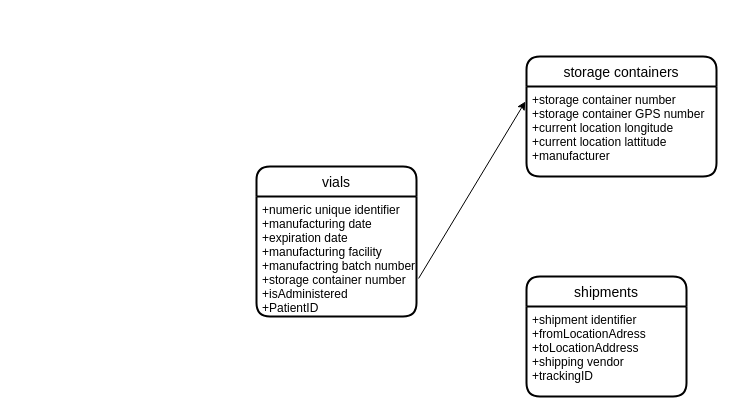
Earlier version of the draw.io diagram cif23.drawio (vishusandip/SQLAnalysisQueries). Source tidied: cells renumbered, new cells numbered last; positions are measured from the earlier drawing's top-left corner, leaving out a move shared by most shapes. Both pictures are drawn from the tidied source at 100%, with x=0, y=0 at pixel (256, 56).
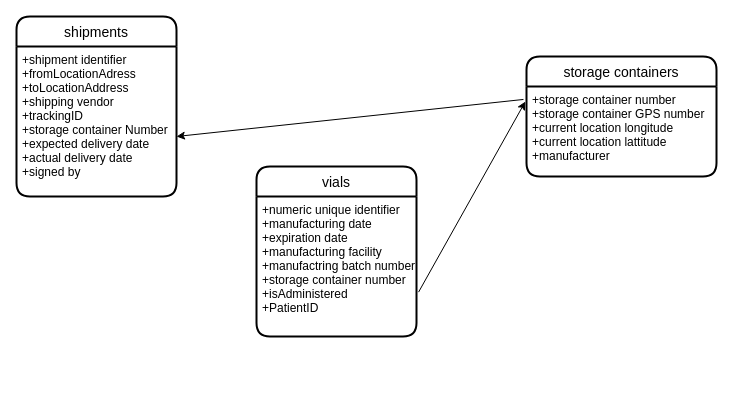
The same diagram, later.

Diff of the diagram source:
```diff
@@
 <mxGraphModel>
   <root>
     <mxCell id="0" />
     <mxCell id="1" parent="0" />
     <mxCell id="2" value="vials" style="swimlane;horizontal=1;startSize=30;rounded=1;fontSize=14;fontStyle=0;strokeWidth=2;shadow=0;dashed=0;align=center;" parent="1" vertex="1">
-      <mxGeometry y="110" width="160" height="150" as="geometry" />
+      <mxGeometry y="110" width="160" height="170" as="geometry" />
     </mxCell>
     <mxCell id="3" value="+numeric unique identifier&#10;+manufacturing date&#10;+expiration date&#10;+manufacturing facility&#10;+manufactring batch number&#10;+storage container number&#10;+isAdministered&#10;+PatientID" style="align=left;strokeColor=none;fillColor=none;spacingLeft=4;fontSize=12;verticalAlign=top;" parent="2" vertex="1">
-      <mxGeometry y="30" width="160" height="120" as="geometry" />
+      <mxGeometry y="30" width="160" height="140" as="geometry" />
     </mxCell>
     <mxCell id="4" value="storage containers" style="swimlane;horizontal=1;startSize=30;rounded=1;fontSize=14;fontStyle=0;strokeWidth=2;shadow=0;dashed=0;align=center;" parent="1" vertex="1">
       <mxGeometry x="270" width="190" height="120" as="geometry" />
     </mxCell>
     <mxCell id="5" value="+storage container number&#10;+storage container GPS number&#10;+current location longitude&#10;+current location lattitude&#10;+manufacturer" style="align=left;strokeColor=none;fillColor=none;spacingLeft=4;fontSize=12;verticalAlign=top;" parent="4" vertex="1">
       <mxGeometry y="30" width="190" height="90" as="geometry" />
     </mxCell>
     <mxCell id="6" style="endArrow=classic;html=1;rounded=0;exitX=1.013;exitY=0.683;exitDx=0;exitDy=0;exitPerimeter=0;entryX=-0.006;entryY=0.167;entryDx=0;entryDy=0;entryPerimeter=0;" parent="1" edge="1" source="3" target="5">
       <mxGeometry relative="1" as="geometry" />
     </mxCell>
     <mxCell id="7" value="shipments" style="swimlane;horizontal=1;startSize=30;rounded=1;fontSize=14;fontStyle=0;strokeWidth=2;shadow=0;dashed=0;align=center;" parent="1" vertex="1">
-      <mxGeometry x="270" y="220" width="160" height="120" as="geometry" />
+      <mxGeometry x="-240" y="-40" width="160" height="180" as="geometry" />
     </mxCell>
-    <mxCell id="8" value="+shipment identifier&#10;+fromLocationAdress&#10;+toLocationAddress&#10;+shipping vendor&#10;+trackingID" style="align=left;strokeColor=none;fillColor=none;spacingLeft=4;fontSize=12;verticalAlign=top;" parent="7" vertex="1">
-      <mxGeometry y="30" width="160" height="90" as="geometry" />
+    <mxCell id="8" value="+shipment identifier&#10;+fromLocationAdress&#10;+toLocationAddress&#10;+shipping vendor&#10;+trackingID&#10;+storage container Number&#10;+expected delivery date&#10;+actual delivery date&#10;+signed by" style="align=left;strokeColor=none;fillColor=none;spacingLeft=4;fontSize=12;verticalAlign=top;" parent="7" vertex="1">
+      <mxGeometry y="30" width="160" height="150" as="geometry" />
     </mxCell>
+    <mxCell id="9" style="endArrow=classic;html=1;rounded=0;exitX=-0.016;exitY=0.144;exitDx=0;exitDy=0;exitPerimeter=0;entryX=1;entryY=0.6;entryDx=0;entryDy=0;entryPerimeter=0;" parent="1" edge="1" source="5" target="8">
+      <mxGeometry relative="1" as="geometry" />
+    </mxCell>
   </root>
 </mxGraphModel>
```
